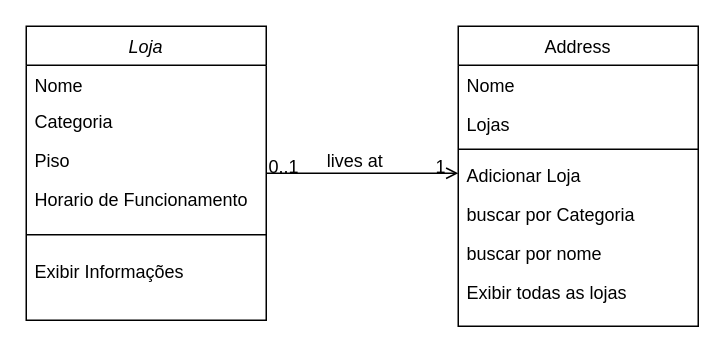
Earlier version of the draw.io diagram page "Page-1" (1 of 2) of Diagrama sem nome.drawio (gabiandrade/java-orientado-objetos). Source tidied: cells renumbered, new cells numbered last; positions are measured from the earlier drawing's top-left corner, leaving out a move shared by most shapes. Both pictures are drawn from the tidied source at 150%, with x=0, y=0 at pixel (26, 26).
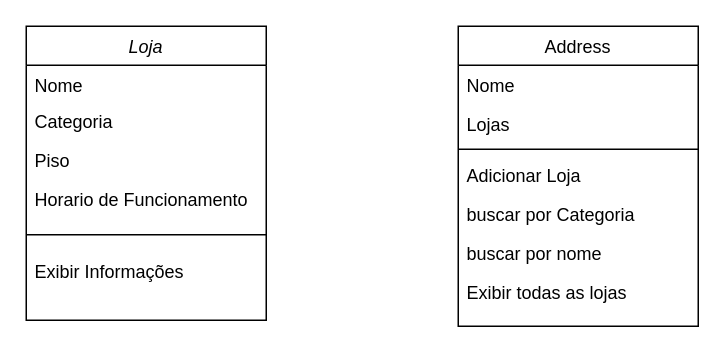
Above is the later version.

Unchanged cells that the change refers to:
```xml
<mxCell id="2" value="Loja" style="swimlane;fontStyle=2;align=center;verticalAlign=top;horizontal=1;startSize=26;rounded=0;shadow=0;strokeWidth=1;" parent="1" vertex="1">
  <mxGeometry width="160" height="196" as="geometry" />
</mxCell>
<mxCell id="9" value="Address" style="swimlane;fontStyle=0;align=center;verticalAlign=top;horizontal=1;startSize=26;rounded=0;shadow=0;strokeWidth=1;" parent="1" vertex="1">
  <mxGeometry x="288" width="160" height="200" as="geometry" />
</mxCell>
```

Diff of the diagram source:
```diff
@@
-    <mxCell id="17" style="endArrow=open;shadow=0;strokeWidth=1;rounded=0;endFill=1;edgeStyle=elbowEdgeStyle;elbow=vertical;" parent="1" edge="1" source="2" target="9">
-      <mxGeometry x="0.5" y="41" relative="1" as="geometry">
-        <mxPoint x="-40" y="32" as="offset" />
-      </mxGeometry>
-    </mxCell>
-    <mxCell id="18" value="0..1" style="align=left;verticalAlign=bottom;labelBackgroundColor=none;fontSize=12;" parent="17" vertex="1">
-      <mxGeometry x="-1" relative="1" as="geometry">
-        <mxPoint y="4" as="offset" />
-      </mxGeometry>
-    </mxCell>
-    <mxCell id="19" value="1" style="align=right;verticalAlign=bottom;labelBackgroundColor=none;fontSize=12;" parent="17" vertex="1">
-      <mxGeometry x="1" relative="1" as="geometry">
-        <mxPoint x="-7" y="4" as="offset" />
-      </mxGeometry>
-    </mxCell>
-    <mxCell id="20" value="lives at" style="text;html=1;align=center;verticalAlign=middle;labelBackgroundColor=none;rounded=0;shadow=0;strokeWidth=1;fontSize=12;" parent="17" vertex="1">
-      <mxGeometry x="0.5" y="49" relative="1" as="geometry">
-        <mxPoint x="-38" y="40" as="offset" />
-      </mxGeometry>
-    </mxCell>
```
